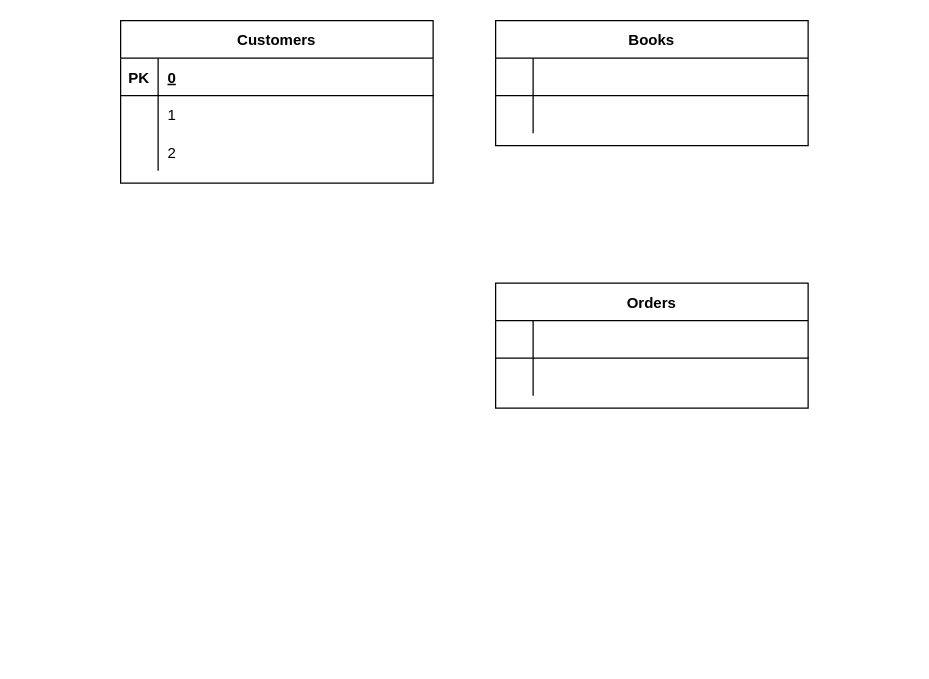
Before: Untitled Diagram.drawio in javalulu/BookRental_Project, a draw.io diagram. Source tidied: cells renumbered, new cells numbered last; positions are measured from the earlier drawing's top-left corner, leaving out a move shared by most shapes. Both pictures are drawn from the tidied source at 125%, with x=0, y=0 at pixel (120, 20).
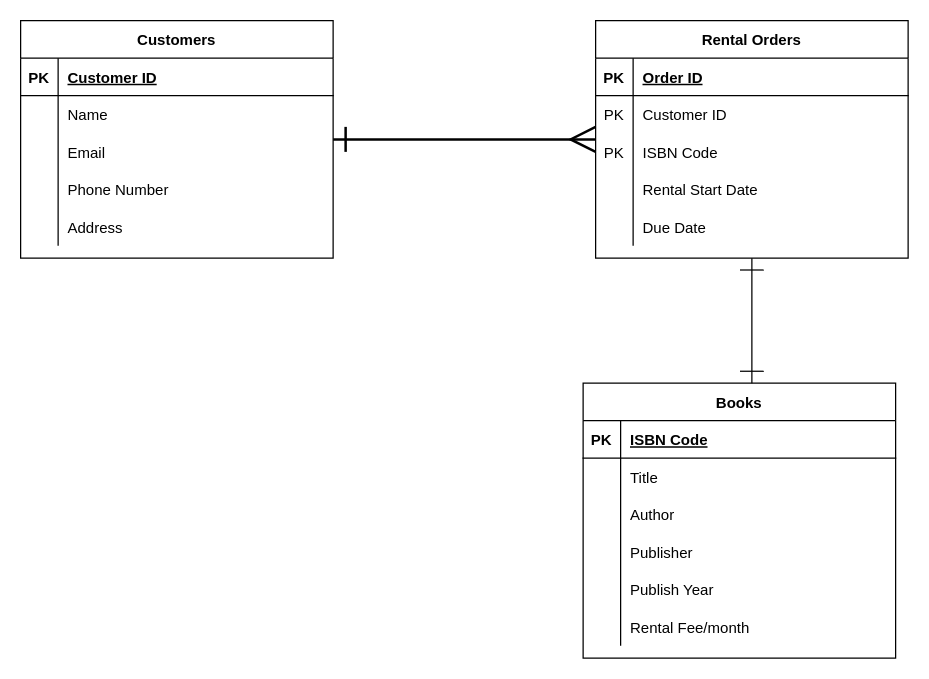
After the change.

The change refers to these unchanged cells:
```xml
<mxCell id="3" style="shape=partialRectangle;fillColor=none;top=0;left=0;right=0;bottom=1;" parent="2" vertex="1">
  <mxGeometry y="30" width="250" height="30" as="geometry" />
</mxCell>
<mxCell id="6" style="shape=partialRectangle;fillColor=none;top=0;left=0;right=0;bottom=0;" parent="2" vertex="1">
  <mxGeometry y="60" width="250" height="30" as="geometry" />
</mxCell>
<mxCell id="9" style="shape=partialRectangle;fillColor=none;top=0;left=0;right=0;bottom=0;" parent="2" vertex="1">
  <mxGeometry y="90" width="250" height="30" as="geometry" />
</mxCell>
<mxCell id="13" style="shape=partialRectangle;fillColor=none;top=0;left=0;right=0;bottom=1;" parent="12" vertex="1">
  <mxGeometry y="30" width="250" height="30" as="geometry" />
</mxCell>
<mxCell id="16" style="shape=partialRectangle;fillColor=none;top=0;left=0;right=0;bottom=0;" parent="12" vertex="1">
  <mxGeometry y="60" width="250" height="30" as="geometry" />
</mxCell>
<mxCell id="20" style="shape=partialRectangle;fillColor=none;top=0;left=0;right=0;bottom=1;" parent="19" vertex="1">
  <mxGeometry y="30" width="250" height="30" as="geometry" />
</mxCell>
<mxCell id="23" style="shape=partialRectangle;fillColor=none;top=0;left=0;right=0;bottom=0;" parent="19" vertex="1">
  <mxGeometry y="60" width="250" height="30" as="geometry" />
</mxCell>
```

What changed in the source:
```diff
@@
+    <mxCell id="26" style="edgeStyle=orthogonalEdgeStyle;rounded=0;jettySize=auto;html=1;endArrow=ERmany;endFill=0;strokeWidth=2;jumpSize=6;endSize=17;targetPerimeterSpacing=0;startArrow=ERone;startFill=0;startSize=17;" parent="1" edge="1" source="2" target="19">
+      <mxGeometry relative="1" as="geometry" />
+    </mxCell>
     <mxCell id="2" value="Customers" style="shape=table;startSize=30;childLayout=tableLayout;rowLines=0;fontStyle=1;align=center;" parent="1" vertex="1">
-      <mxGeometry width="250" height="130" as="geometry" />
+      <mxGeometry x="-80" width="250" height="190" as="geometry" />
     </mxCell>
@@
-    <mxCell id="5" value="0" style="shape=partialRectangle;overflow=hidden;fillColor=none;top=0;left=0;bottom=0;right=0;align=left;spacingLeft=6;fontStyle=5;" parent="3" vertex="1">
+    <mxCell id="5" value="Customer ID" style="shape=partialRectangle;overflow=hidden;fillColor=none;top=0;left=0;bottom=0;right=0;align=left;spacingLeft=6;fontStyle=5;" parent="3" vertex="1">
       <mxGeometry x="30" width="220" height="30" as="geometry" />
     </mxCell>
@@
-    <mxCell id="8" value="1" style="shape=partialRectangle;overflow=hidden;fillColor=none;top=0;left=0;bottom=0;right=0;align=left;spacingLeft=6;" parent="6" vertex="1">
+    <mxCell id="8" value="Name" style="shape=partialRectangle;overflow=hidden;fillColor=none;top=0;left=0;bottom=0;right=0;align=left;spacingLeft=6;" parent="6" vertex="1">
       <mxGeometry x="30" width="220" height="30" as="geometry" />
     </mxCell>
@@
-    <mxCell id="11" value="2" style="shape=partialRectangle;overflow=hidden;fillColor=none;top=0;left=0;bottom=0;right=0;align=left;spacingLeft=6;" parent="9" vertex="1">
+    <mxCell id="11" value="Email" style="shape=partialRectangle;overflow=hidden;fillColor=none;top=0;left=0;bottom=0;right=0;align=left;spacingLeft=6;" parent="9" vertex="1">
       <mxGeometry x="30" width="220" height="30" as="geometry" />
     </mxCell>
+    <mxCell id="27" style="shape=partialRectangle;fillColor=none;top=0;left=0;right=0;bottom=0;" parent="2" vertex="1">
+      <mxGeometry y="120" width="250" height="30" as="geometry" />
+    </mxCell>
+    <mxCell id="28" style="shape=partialRectangle;overflow=hidden;fillColor=none;top=0;left=0;bottom=0;right=0;" parent="27" vertex="1">
+      <mxGeometry width="30" height="30" as="geometry" />
+    </mxCell>
+    <mxCell id="29" value="Phone Number" style="shape=partialRectangle;overflow=hidden;fillColor=none;top=0;left=0;bottom=0;right=0;align=left;spacingLeft=6;" parent="27" vertex="1">
+      <mxGeometry x="30" width="220" height="30" as="geometry" />
+    </mxCell>
+    <mxCell id="30" style="shape=partialRectangle;fillColor=none;top=0;left=0;right=0;bottom=0;" parent="2" vertex="1">
+      <mxGeometry y="150" width="250" height="30" as="geometry" />
+    </mxCell>
+    <mxCell id="31" style="shape=partialRectangle;overflow=hidden;fillColor=none;top=0;left=0;bottom=0;right=0;" parent="30" vertex="1">
+      <mxGeometry width="30" height="30" as="geometry" />
+    </mxCell>
+    <mxCell id="32" value="Address" style="shape=partialRectangle;overflow=hidden;fillColor=none;top=0;left=0;bottom=0;right=0;align=left;spacingLeft=6;" parent="30" vertex="1">
+      <mxGeometry x="30" width="220" height="30" as="geometry" />
+    </mxCell>
     <mxCell id="12" value="Books" style="shape=table;startSize=30;childLayout=tableLayout;rowLines=0;fontStyle=1;align=center;" parent="1" vertex="1">
-      <mxGeometry x="300" width="250" height="100" as="geometry" />
+      <mxGeometry x="370" y="290" width="250" height="220" as="geometry" />
     </mxCell>
@@
-    <mxCell id="14" style="shape=partialRectangle;overflow=hidden;fillColor=none;top=0;left=0;bottom=0;right=0;fontStyle=1;" parent="13" vertex="1">
+    <mxCell id="14" value="PK" style="shape=partialRectangle;overflow=hidden;fillColor=none;top=0;left=0;bottom=0;right=0;fontStyle=1;" parent="13" vertex="1">
       <mxGeometry width="30" height="30" as="geometry" />
     </mxCell>
-    <mxCell id="15" style="shape=partialRectangle;overflow=hidden;fillColor=none;top=0;left=0;bottom=0;right=0;align=left;spacingLeft=6;fontStyle=5;" parent="13" vertex="1">
+    <mxCell id="15" value="ISBN Code" style="shape=partialRectangle;overflow=hidden;fillColor=none;top=0;left=0;bottom=0;right=0;align=left;spacingLeft=6;fontStyle=5;" parent="13" vertex="1">
       <mxGeometry x="30" width="220" height="30" as="geometry" />
     </mxCell>
@@
-    <mxCell id="18" style="shape=partialRectangle;overflow=hidden;fillColor=none;top=0;left=0;bottom=0;right=0;align=left;spacingLeft=6;" parent="16" vertex="1">
+    <mxCell id="18" value="Title" style="shape=partialRectangle;overflow=hidden;fillColor=none;top=0;left=0;bottom=0;right=0;align=left;spacingLeft=6;" parent="16" vertex="1">
       <mxGeometry x="30" width="220" height="30" as="geometry" />
     </mxCell>
+    <mxCell id="33" style="shape=partialRectangle;fillColor=none;top=0;left=0;right=0;bottom=0;" parent="12" vertex="1">
+      <mxGeometry y="90" width="250" height="30" as="geometry" />
+    </mxCell>
+    <mxCell id="34" style="shape=partialRectangle;overflow=hidden;fillColor=none;top=0;left=0;bottom=0;right=0;" parent="33" vertex="1">
+      <mxGeometry width="30" height="30" as="geometry" />
+    </mxCell>
+    <mxCell id="35" value="Author" style="shape=partialRectangle;overflow=hidden;fillColor=none;top=0;left=0;bottom=0;right=0;align=left;spacingLeft=6;" parent="33" vertex="1">
+      <mxGeometry x="30" width="220" height="30" as="geometry" />
+    </mxCell>
+    <mxCell id="36" style="shape=partialRectangle;fillColor=none;top=0;left=0;right=0;bottom=0;" parent="12" vertex="1">
+      <mxGeometry y="120" width="250" height="30" as="geometry" />
+    </mxCell>
+    <mxCell id="37" style="shape=partialRectangle;overflow=hidden;fillColor=none;top=0;left=0;bottom=0;right=0;" parent="36" vertex="1">
+      <mxGeometry width="30" height="30" as="geometry" />
+    </mxCell>
+    <mxCell id="38" value="Publisher" style="shape=partialRectangle;overflow=hidden;fillColor=none;top=0;left=0;bottom=0;right=0;align=left;spacingLeft=6;" parent="36" vertex="1">
+      <mxGeometry x="30" width="220" height="30" as="geometry" />
+    </mxCell>
+    <mxCell id="39" style="shape=partialRectangle;fillColor=none;top=0;left=0;right=0;bottom=0;" parent="12" vertex="1">
+      <mxGeometry y="150" width="250" height="30" as="geometry" />
+    </mxCell>
+    <mxCell id="40" style="shape=partialRectangle;overflow=hidden;fillColor=none;top=0;left=0;bottom=0;right=0;" parent="39" vertex="1">
+      <mxGeometry width="30" height="30" as="geometry" />
+    </mxCell>
+    <mxCell id="41" value="Publish Year" style="shape=partialRectangle;overflow=hidden;fillColor=none;top=0;left=0;bottom=0;right=0;align=left;spacingLeft=6;" parent="39" vertex="1">
+      <mxGeometry x="30" width="220" height="30" as="geometry" />
+    </mxCell>
+    <mxCell id="42" style="shape=partialRectangle;fillColor=none;top=0;left=0;right=0;bottom=0;" parent="12" vertex="1">
+      <mxGeometry y="180" width="250" height="30" as="geometry" />
+    </mxCell>
+    <mxCell id="43" style="shape=partialRectangle;overflow=hidden;fillColor=none;top=0;left=0;bottom=0;right=0;" parent="42" vertex="1">
+      <mxGeometry width="30" height="30" as="geometry" />
+    </mxCell>
+    <mxCell id="44" value="Rental Fee/month" style="shape=partialRectangle;overflow=hidden;fillColor=none;top=0;left=0;bottom=0;right=0;align=left;spacingLeft=6;" parent="42" vertex="1">
+      <mxGeometry x="30" width="220" height="30" as="geometry" />
+    </mxCell>
-    <mxCell id="19" value="Orders" style="shape=table;startSize=30;childLayout=tableLayout;rowLines=0;fontStyle=1;align=center;" parent="1" vertex="1">
-      <mxGeometry x="300" y="210" width="250" height="100" as="geometry" />
+    <mxCell id="19" value="Rental Orders" style="shape=table;startSize=30;childLayout=tableLayout;rowLines=0;fontStyle=1;align=center;" parent="1" vertex="1">
+      <mxGeometry x="380" width="250" height="190" as="geometry" />
     </mxCell>
@@
-    <mxCell id="21" style="shape=partialRectangle;overflow=hidden;fillColor=none;top=0;left=0;bottom=0;right=0;fontStyle=1;" parent="20" vertex="1">
+    <mxCell id="21" value="PK" style="shape=partialRectangle;overflow=hidden;fillColor=none;top=0;left=0;bottom=0;right=0;fontStyle=1;" parent="20" vertex="1">
       <mxGeometry width="30" height="30" as="geometry" />
     </mxCell>
-    <mxCell id="22" style="shape=partialRectangle;overflow=hidden;fillColor=none;top=0;left=0;bottom=0;right=0;align=left;spacingLeft=6;fontStyle=5;" parent="20" vertex="1">
+    <mxCell id="22" value="Order ID" style="shape=partialRectangle;overflow=hidden;fillColor=none;top=0;left=0;bottom=0;right=0;align=left;spacingLeft=6;fontStyle=5;" parent="20" vertex="1">
       <mxGeometry x="30" width="220" height="30" as="geometry" />
     </mxCell>
@@
-    <mxCell id="24" style="shape=partialRectangle;overflow=hidden;fillColor=none;top=0;left=0;bottom=0;right=0;" parent="23" vertex="1">
+    <mxCell id="24" value="PK" style="shape=partialRectangle;overflow=hidden;fillColor=none;top=0;left=0;bottom=0;right=0;" parent="23" vertex="1">
       <mxGeometry width="30" height="30" as="geometry" />
     </mxCell>
-    <mxCell id="25" style="shape=partialRectangle;overflow=hidden;fillColor=none;top=0;left=0;bottom=0;right=0;align=left;spacingLeft=6;" parent="23" vertex="1">
+    <mxCell id="25" value="Customer ID" style="shape=partialRectangle;overflow=hidden;fillColor=none;top=0;left=0;bottom=0;right=0;align=left;spacingLeft=6;perimeterSpacing=0;" parent="23" vertex="1">
       <mxGeometry x="30" width="220" height="30" as="geometry" />
     </mxCell>
+    <mxCell id="45" style="shape=partialRectangle;fillColor=none;top=0;left=0;right=0;bottom=0;" parent="19" vertex="1">
+      <mxGeometry y="90" width="250" height="30" as="geometry" />
+    </mxCell>
+    <mxCell id="46" value="PK" style="shape=partialRectangle;overflow=hidden;fillColor=none;top=0;left=0;bottom=0;right=0;" parent="45" vertex="1">
+      <mxGeometry width="30" height="30" as="geometry" />
+    </mxCell>
+    <mxCell id="47" value="ISBN Code" style="shape=partialRectangle;overflow=hidden;fillColor=none;top=0;left=0;bottom=0;right=0;align=left;spacingLeft=6;" parent="45" vertex="1">
+      <mxGeometry x="30" width="220" height="30" as="geometry" />
+    </mxCell>
+    <mxCell id="48" style="shape=partialRectangle;fillColor=none;top=0;left=0;right=0;bottom=0;" parent="19" vertex="1">
+      <mxGeometry y="120" width="250" height="30" as="geometry" />
+    </mxCell>
+    <mxCell id="49" style="shape=partialRectangle;overflow=hidden;fillColor=none;top=0;left=0;bottom=0;right=0;" parent="48" vertex="1">
+      <mxGeometry width="30" height="30" as="geometry" />
+    </mxCell>
+    <mxCell id="50" value="Rental Start Date" style="shape=partialRectangle;overflow=hidden;fillColor=none;top=0;left=0;bottom=0;right=0;align=left;spacingLeft=6;" parent="48" vertex="1">
+      <mxGeometry x="30" width="220" height="30" as="geometry" />
+    </mxCell>
+    <mxCell id="51" style="shape=partialRectangle;fillColor=none;top=0;left=0;right=0;bottom=0;" parent="19" vertex="1">
+      <mxGeometry y="150" width="250" height="30" as="geometry" />
+    </mxCell>
+    <mxCell id="52" style="shape=partialRectangle;overflow=hidden;fillColor=none;top=0;left=0;bottom=0;right=0;" parent="51" vertex="1">
+      <mxGeometry width="30" height="30" as="geometry" />
+    </mxCell>
+    <mxCell id="53" value="Due Date" style="shape=partialRectangle;overflow=hidden;fillColor=none;top=0;left=0;bottom=0;right=0;align=left;spacingLeft=6;" parent="51" vertex="1">
+      <mxGeometry x="30" width="220" height="30" as="geometry" />
+    </mxCell>
+    <mxCell id="54" style="edgeStyle=orthogonalEdgeStyle;rounded=0;jettySize=auto;html=1;entryX=0.54;entryY=0;entryDx=0;entryDy=0;entryPerimeter=0;endArrow=ERone;endFill=0;endSize=17;startArrow=ERone;startFill=0;targetPerimeterSpacing=0;sourcePerimeterSpacing=0;startSize=17;" parent="1" edge="1" source="19" target="12">
+      <mxGeometry relative="1" as="geometry" />
+    </mxCell>
```
